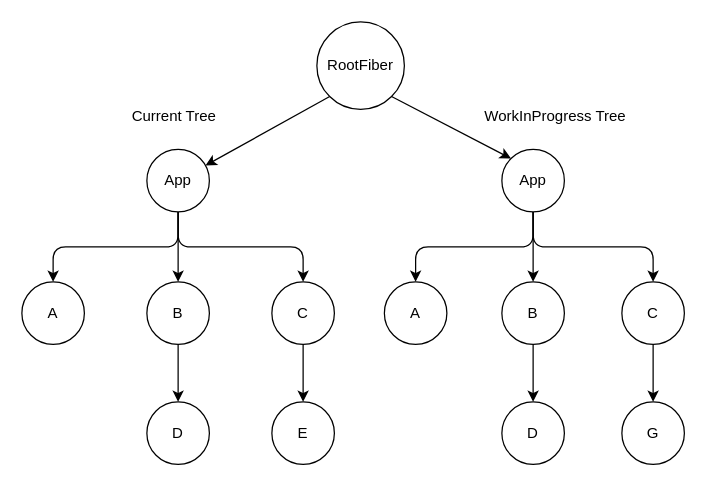
aloniacode/fucking-web-interview keeps this draw.io diagram as drawios/fiber_tree_double_cache.drawio. Above is the earlier version. Source tidied: cells renumbered, new cells numbered last; positions are measured from the earlier drawing's top-left corner, leaving out a move shared by most shapes. Both pictures are drawn from the tidied source at 125%, with x=0, y=0 at pixel (21, 21).
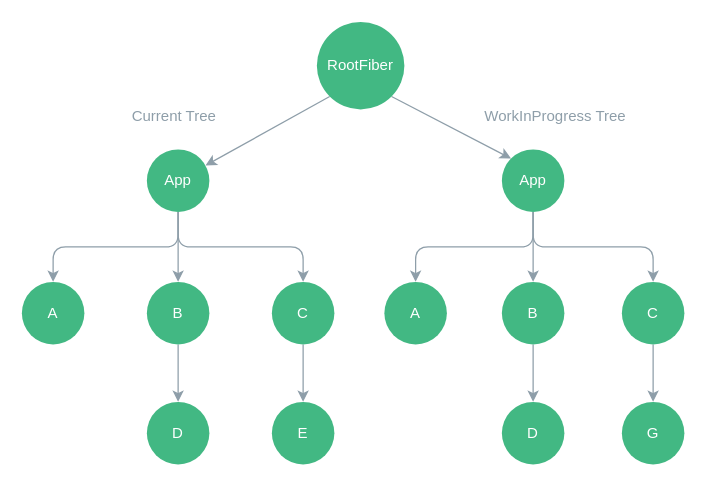
After the change.

What changed in the source:
```diff
@@
-    <mxCell id="2" style="edgeStyle=none;html=1;exitX=0;exitY=1;exitDx=0;exitDy=0;" parent="1" edge="1" source="4" target="8">
+    <mxCell id="2" style="edgeStyle=none;html=1;exitX=0;exitY=1;exitDx=0;exitDy=0;strokeColor=#8E9EA9;" parent="1" edge="1" source="4" target="8">
       <mxGeometry relative="1" as="geometry" />
     </mxCell>
-    <mxCell id="3" style="html=1;exitX=1;exitY=1;exitDx=0;exitDy=0;entryX=0;entryY=0;entryDx=0;entryDy=0;" parent="1" edge="1" source="4" target="22">
+    <mxCell id="3" style="html=1;exitX=1;exitY=1;exitDx=0;exitDy=0;entryX=0;entryY=0;entryDx=0;entryDy=0;strokeColor=#8E9EA9;" parent="1" edge="1" source="4" target="22">
       <mxGeometry relative="1" as="geometry" />
     </mxCell>
-    <mxCell id="4" value="RootFiber" style="ellipse;whiteSpace=wrap;html=1;" parent="1" vertex="1">
+    <mxCell id="4" value="RootFiber" style="ellipse;whiteSpace=wrap;html=1;fillColor=#42B883;strokeColor=none;fontColor=#FFFFFF;" parent="1" vertex="1">
       <mxGeometry x="236" width="70" height="70" as="geometry" />
     </mxCell>
-    <mxCell id="5" style="edgeStyle=orthogonalEdgeStyle;html=1;exitX=0.5;exitY=1;exitDx=0;exitDy=0;entryX=0.5;entryY=0;entryDx=0;entryDy=0;" parent="1" edge="1" source="8" target="9">
+    <mxCell id="5" style="edgeStyle=orthogonalEdgeStyle;html=1;exitX=0.5;exitY=1;exitDx=0;exitDy=0;entryX=0.5;entryY=0;entryDx=0;entryDy=0;strokeColor=#8E9EA9;" parent="1" edge="1" source="8" target="9">
       <mxGeometry relative="1" as="geometry" />
     </mxCell>
-    <mxCell id="6" style="edgeStyle=orthogonalEdgeStyle;html=1;exitX=0.5;exitY=1;exitDx=0;exitDy=0;entryX=0.5;entryY=0;entryDx=0;entryDy=0;" parent="1" edge="1" source="8" target="11">
+    <mxCell id="6" style="edgeStyle=orthogonalEdgeStyle;html=1;exitX=0.5;exitY=1;exitDx=0;exitDy=0;entryX=0.5;entryY=0;entryDx=0;entryDy=0;strokeColor=#8E9EA9;" parent="1" edge="1" source="8" target="11">
       <mxGeometry relative="1" as="geometry" />
     </mxCell>
-    <mxCell id="7" style="edgeStyle=orthogonalEdgeStyle;html=1;exitX=0.5;exitY=1;exitDx=0;exitDy=0;entryX=0.5;entryY=0;entryDx=0;entryDy=0;" parent="1" edge="1" source="8" target="13">
+    <mxCell id="7" style="edgeStyle=orthogonalEdgeStyle;html=1;exitX=0.5;exitY=1;exitDx=0;exitDy=0;entryX=0.5;entryY=0;entryDx=0;entryDy=0;strokeColor=#8E9EA9;" parent="1" edge="1" source="8" target="13">
       <mxGeometry relative="1" as="geometry" />
     </mxCell>
-    <mxCell id="8" value="App" style="ellipse;whiteSpace=wrap;html=1;" parent="1" vertex="1">
+    <mxCell id="8" value="App" style="ellipse;whiteSpace=wrap;html=1;strokeColor=none;fillColor=#42B883;fontColor=#FFFFFF;" parent="1" vertex="1">
       <mxGeometry x="100" y="102" width="50" height="50" as="geometry" />
     </mxCell>
-    <mxCell id="9" value="A" style="ellipse;whiteSpace=wrap;html=1;" parent="1" vertex="1">
+    <mxCell id="9" value="A" style="ellipse;whiteSpace=wrap;html=1;strokeColor=none;fillColor=#42B883;fontColor=#FFFFFF;" parent="1" vertex="1">
       <mxGeometry y="208" width="50" height="50" as="geometry" />
     </mxCell>
-    <mxCell id="10" style="edgeStyle=none;html=1;exitX=0.5;exitY=1;exitDx=0;exitDy=0;entryX=0.5;entryY=0;entryDx=0;entryDy=0;" parent="1" edge="1" source="11" target="23">
+    <mxCell id="10" style="edgeStyle=none;html=1;exitX=0.5;exitY=1;exitDx=0;exitDy=0;entryX=0.5;entryY=0;entryDx=0;entryDy=0;strokeColor=#8E9EA9;" parent="1" edge="1" source="11" target="23">
       <mxGeometry relative="1" as="geometry" />
     </mxCell>
-    <mxCell id="11" value="B" style="ellipse;whiteSpace=wrap;html=1;" parent="1" vertex="1">
+    <mxCell id="11" value="B" style="ellipse;whiteSpace=wrap;html=1;fillColor=#42B883;strokeColor=none;fontColor=#FFFFFF;" parent="1" vertex="1">
       <mxGeometry x="100" y="208" width="50" height="50" as="geometry" />
     </mxCell>
-    <mxCell id="12" style="edgeStyle=none;html=1;exitX=0.5;exitY=1;exitDx=0;exitDy=0;entryX=0.5;entryY=0;entryDx=0;entryDy=0;" parent="1" edge="1" source="13" target="25">
+    <mxCell id="12" style="edgeStyle=none;html=1;exitX=0.5;exitY=1;exitDx=0;exitDy=0;entryX=0.5;entryY=0;entryDx=0;entryDy=0;strokeColor=#8E9EA9;" parent="1" edge="1" source="13" target="25">
       <mxGeometry relative="1" as="geometry" />
     </mxCell>
-    <mxCell id="13" value="C" style="ellipse;whiteSpace=wrap;html=1;" parent="1" vertex="1">
+    <mxCell id="13" value="C" style="ellipse;whiteSpace=wrap;html=1;strokeColor=none;fillColor=#42B883;fontColor=#FFFFFF;" parent="1" vertex="1">
       <mxGeometry x="200" y="208" width="50" height="50" as="geometry" />
     </mxCell>
-    <mxCell id="14" value="A" style="ellipse;whiteSpace=wrap;html=1;" parent="1" vertex="1">
+    <mxCell id="14" value="A" style="ellipse;whiteSpace=wrap;html=1;strokeColor=none;fillColor=#42B883;fontColor=#FFFFFF;" parent="1" vertex="1">
       <mxGeometry x="290" y="208" width="50" height="50" as="geometry" />
     </mxCell>
-    <mxCell id="15" style="edgeStyle=none;html=1;exitX=0.5;exitY=1;exitDx=0;exitDy=0;entryX=0.5;entryY=0;entryDx=0;entryDy=0;" parent="1" edge="1" source="16" target="24">
+    <mxCell id="15" style="edgeStyle=none;html=1;exitX=0.5;exitY=1;exitDx=0;exitDy=0;entryX=0.5;entryY=0;entryDx=0;entryDy=0;strokeColor=#8E9EA9;" parent="1" edge="1" source="16" target="24">
       <mxGeometry relative="1" as="geometry" />
     </mxCell>
-    <mxCell id="16" value="B" style="ellipse;whiteSpace=wrap;html=1;" parent="1" vertex="1">
+    <mxCell id="16" value="B" style="ellipse;whiteSpace=wrap;html=1;fillColor=#42B883;strokeColor=none;fontColor=#FFFFFF;" parent="1" vertex="1">
       <mxGeometry x="384" y="208" width="50" height="50" as="geometry" />
     </mxCell>
-    <mxCell id="17" style="edgeStyle=none;html=1;exitX=0.5;exitY=1;exitDx=0;exitDy=0;entryX=0.5;entryY=0;entryDx=0;entryDy=0;" parent="1" edge="1" source="18" target="26">
+    <mxCell id="17" style="edgeStyle=none;html=1;exitX=0.5;exitY=1;exitDx=0;exitDy=0;entryX=0.5;entryY=0;entryDx=0;entryDy=0;strokeColor=#8E9EA9;" parent="1" edge="1" source="18" target="26">
       <mxGeometry relative="1" as="geometry" />
     </mxCell>
-    <mxCell id="18" value="C" style="ellipse;whiteSpace=wrap;html=1;" parent="1" vertex="1">
+    <mxCell id="18" value="C" style="ellipse;whiteSpace=wrap;html=1;strokeColor=none;fillColor=#42B883;fontColor=#FFFFFF;" parent="1" vertex="1">
       <mxGeometry x="480" y="208" width="50" height="50" as="geometry" />
     </mxCell>
-    <mxCell id="19" style="edgeStyle=orthogonalEdgeStyle;html=1;exitX=0.5;exitY=1;exitDx=0;exitDy=0;entryX=0.5;entryY=0;entryDx=0;entryDy=0;" parent="1" edge="1" source="22" target="14">
+    <mxCell id="19" style="edgeStyle=orthogonalEdgeStyle;html=1;exitX=0.5;exitY=1;exitDx=0;exitDy=0;entryX=0.5;entryY=0;entryDx=0;entryDy=0;strokeColor=#8E9EA9;" parent="1" edge="1" source="22" target="14">
       <mxGeometry relative="1" as="geometry" />
     </mxCell>
-    <mxCell id="20" style="edgeStyle=orthogonalEdgeStyle;html=1;exitX=0.5;exitY=1;exitDx=0;exitDy=0;entryX=0.5;entryY=0;entryDx=0;entryDy=0;" parent="1" edge="1" source="22" target="16">
+    <mxCell id="20" style="edgeStyle=orthogonalEdgeStyle;html=1;exitX=0.5;exitY=1;exitDx=0;exitDy=0;entryX=0.5;entryY=0;entryDx=0;entryDy=0;strokeColor=#8E9EA9;" parent="1" edge="1" source="22" target="16">
       <mxGeometry relative="1" as="geometry" />
     </mxCell>
-    <mxCell id="21" style="edgeStyle=orthogonalEdgeStyle;html=1;exitX=0.5;exitY=1;exitDx=0;exitDy=0;" parent="1" edge="1" source="22" target="18">
+    <mxCell id="21" style="edgeStyle=orthogonalEdgeStyle;html=1;exitX=0.5;exitY=1;exitDx=0;exitDy=0;strokeColor=#8E9EA9;" parent="1" edge="1" source="22" target="18">
       <mxGeometry relative="1" as="geometry" />
     </mxCell>
-    <mxCell id="22" value="App" style="ellipse;whiteSpace=wrap;html=1;" parent="1" vertex="1">
+    <mxCell id="22" value="App" style="ellipse;whiteSpace=wrap;html=1;fillColor=#42B883;strokeColor=none;fontColor=#FFFFFF;" parent="1" vertex="1">
       <mxGeometry x="384" y="102" width="50" height="50" as="geometry" />
     </mxCell>
-    <mxCell id="23" value="D" style="ellipse;whiteSpace=wrap;html=1;" parent="1" vertex="1">
+    <mxCell id="23" value="D" style="ellipse;whiteSpace=wrap;html=1;fillColor=#42B883;strokeColor=none;fontColor=#FFFFFF;" parent="1" vertex="1">
       <mxGeometry x="100" y="304" width="50" height="50" as="geometry" />
     </mxCell>
-    <mxCell id="24" value="D" style="ellipse;whiteSpace=wrap;html=1;" parent="1" vertex="1">
+    <mxCell id="24" value="D" style="ellipse;whiteSpace=wrap;html=1;fillColor=#42B883;strokeColor=none;fontColor=#FFFFFF;" parent="1" vertex="1">
       <mxGeometry x="384" y="304" width="50" height="50" as="geometry" />
     </mxCell>
-    <mxCell id="25" value="E" style="ellipse;whiteSpace=wrap;html=1;" parent="1" vertex="1">
+    <mxCell id="25" value="E" style="ellipse;whiteSpace=wrap;html=1;strokeColor=none;fillColor=#42B883;fontColor=#FFFFFF;" parent="1" vertex="1">
       <mxGeometry x="200" y="304" width="50" height="50" as="geometry" />
     </mxCell>
-    <mxCell id="26" value="G" style="ellipse;whiteSpace=wrap;html=1;" parent="1" vertex="1">
+    <mxCell id="26" value="G" style="ellipse;whiteSpace=wrap;html=1;fillColor=#42B883;strokeColor=none;fontColor=#FFFFFF;" parent="1" vertex="1">
       <mxGeometry x="480" y="304" width="50" height="50" as="geometry" />
     </mxCell>
-    <mxCell id="27" value="Current Tree" style="text;strokeColor=none;align=center;fillColor=none;html=1;verticalAlign=middle;whiteSpace=wrap;rounded=0;" parent="1" vertex="1">
+    <mxCell id="27" value="Current Tree" style="text;strokeColor=none;align=center;fillColor=none;html=1;verticalAlign=middle;whiteSpace=wrap;rounded=0;fontColor=#8E9EA9;" parent="1" vertex="1">
       <mxGeometry x="76" y="61" width="92" height="30" as="geometry" />
     </mxCell>
-    <mxCell id="28" value="WorkInProgress Tree" style="text;strokeColor=none;align=center;fillColor=none;html=1;verticalAlign=middle;whiteSpace=wrap;rounded=0;" parent="1" vertex="1">
+    <mxCell id="28" value="WorkInProgress Tree" style="text;strokeColor=none;align=center;fillColor=none;html=1;verticalAlign=middle;whiteSpace=wrap;rounded=0;fontColor=#8E9EA9;" parent="1" vertex="1">
       <mxGeometry x="363" y="61" width="128" height="30" as="geometry" />
     </mxCell>
```
